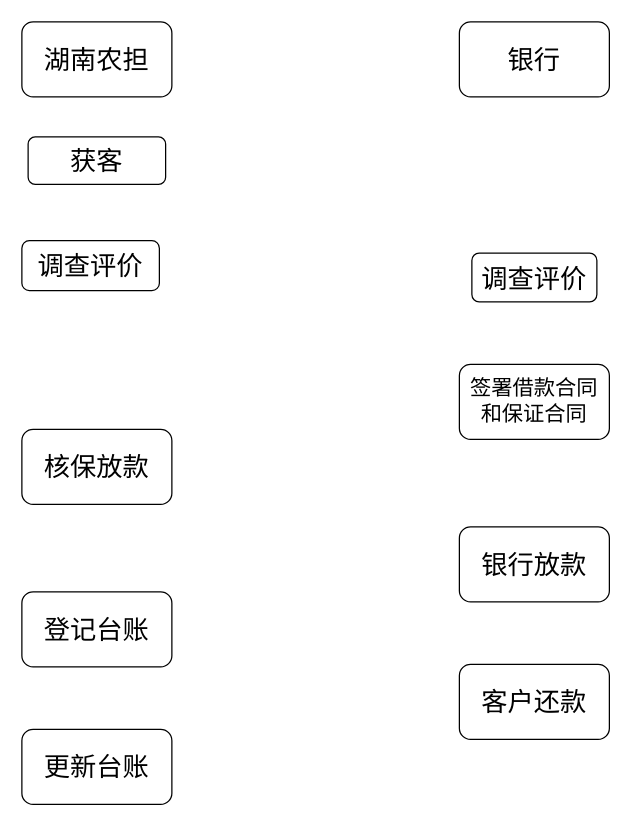
nhbcyz/Test keeps this draw.io diagram as 农担传统业务.drawio. Above is the earlier version. Source tidied: cells renumbered, new cells numbered last; positions are measured from the earlier drawing's top-left corner, leaving out a move shared by most shapes. Both pictures are drawn from the tidied source at 125%, with x=0, y=0 at pixel (21, 21).
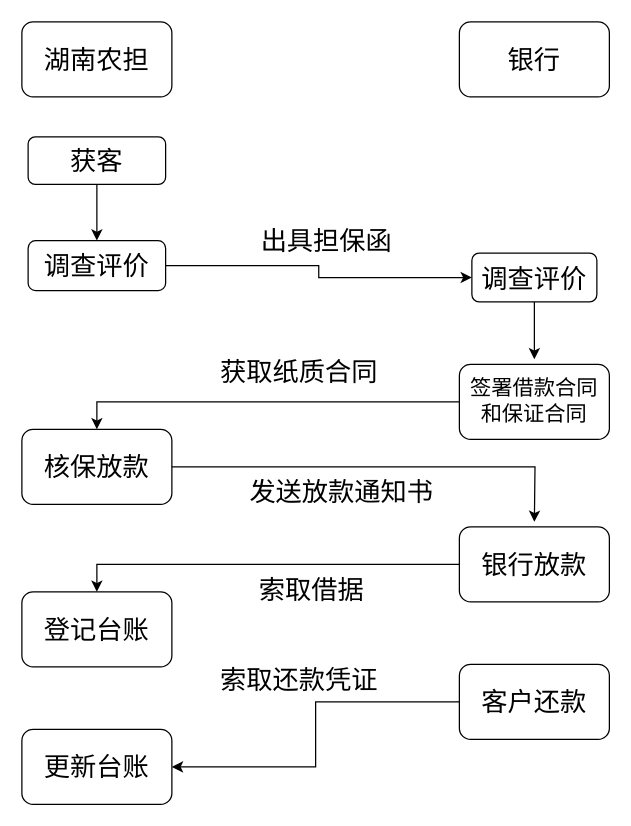
The same diagram, later.

Commit message (it also covers changes not shown here):
Update 农担传统业务.drawio

The change refers to these unchanged cells:
```xml
<mxCell id="4" value="获客" style="rounded=1;whiteSpace=wrap;html=1;fontSize=21;" parent="1" vertex="1">
  <mxGeometry x="5" y="92" width="110" height="38" as="geometry" />
</mxCell>
<mxCell id="6" value="调查评价" style="rounded=1;whiteSpace=wrap;html=1;fontSize=21;" parent="1" vertex="1">
  <mxGeometry x="360" y="185" width="100" height="39" as="geometry" />
</mxCell>
<mxCell id="7" value="签署借款合同&lt;br style=&quot;font-size: 17px;&quot;&gt;和保证合同" style="rounded=1;whiteSpace=wrap;html=1;fontSize=17;" parent="1" vertex="1">
  <mxGeometry x="350" y="274" width="120" height="60" as="geometry" />
</mxCell>
<mxCell id="8" value="核保放款" style="rounded=1;whiteSpace=wrap;html=1;fontSize=21;" parent="1" vertex="1">
  <mxGeometry y="326" width="120" height="60" as="geometry" />
</mxCell>
<mxCell id="9" value="银行放款" style="rounded=1;whiteSpace=wrap;html=1;fontSize=21;" parent="1" vertex="1">
  <mxGeometry x="350" y="404" width="120" height="60" as="geometry" />
</mxCell>
<mxCell id="10" value="登记台账" style="rounded=1;whiteSpace=wrap;html=1;fontSize=21;" parent="1" vertex="1">
  <mxGeometry y="456" width="120" height="60" as="geometry" />
</mxCell>
<mxCell id="11" value="客户还款" style="rounded=1;whiteSpace=wrap;html=1;fontSize=21;" parent="1" vertex="1">
  <mxGeometry x="350" y="514" width="120" height="60" as="geometry" />
</mxCell>
<mxCell id="12" value="更新台账" style="rounded=1;whiteSpace=wrap;html=1;fontSize=21;" parent="1" vertex="1">
  <mxGeometry y="566" width="120" height="60" as="geometry" />
</mxCell>
```

The edit, as a diff of the source:
```diff
@@
+    <mxCell id="13" style="edgeStyle=orthogonalEdgeStyle;rounded=0;jettySize=auto;html=1;fontSize=21;" parent="1" edge="1" source="4" target="5">
+      <mxGeometry relative="1" as="geometry" />
+    </mxCell>
@@
+    <mxCell id="14" style="edgeStyle=orthogonalEdgeStyle;rounded=0;jettySize=auto;html=1;entryX=0;entryY=0.5;entryDx=0;entryDy=0;fontSize=21;" parent="1" edge="1" source="5" target="6">
+      <mxGeometry relative="1" as="geometry" />
+    </mxCell>
     <mxCell id="5" value="调查评价" style="rounded=1;whiteSpace=wrap;html=1;fontSize=21;" parent="1" vertex="1">
-      <mxGeometry y="175" width="110" height="40" as="geometry" />
+      <mxGeometry x="5" y="175" width="110" height="40" as="geometry" />
     </mxCell>
+    <mxCell id="15" style="edgeStyle=orthogonalEdgeStyle;rounded=0;jettySize=auto;html=1;fontSize=21;" parent="1" edge="1" source="6">
+      <mxGeometry relative="1" as="geometry">
+        <mxPoint x="410" y="270" as="targetPoint" />
+      </mxGeometry>
+    </mxCell>
@@
+    <mxCell id="16" style="edgeStyle=orthogonalEdgeStyle;rounded=0;jettySize=auto;html=1;entryX=0.5;entryY=0;entryDx=0;entryDy=0;fontSize=21;" parent="1" edge="1" source="7" target="8">
+      <mxGeometry relative="1" as="geometry" />
+    </mxCell>
@@
+    <mxCell id="17" style="edgeStyle=orthogonalEdgeStyle;rounded=0;jettySize=auto;html=1;fontSize=21;" parent="1" edge="1" source="8">
+      <mxGeometry relative="1" as="geometry">
+        <mxPoint x="410" y="400" as="targetPoint" />
+      </mxGeometry>
+    </mxCell>
@@
+    <mxCell id="18" style="edgeStyle=orthogonalEdgeStyle;rounded=0;jettySize=auto;html=1;entryX=0.5;entryY=0;entryDx=0;entryDy=0;fontSize=21;" parent="1" edge="1" source="9" target="10">
+      <mxGeometry relative="1" as="geometry" />
+    </mxCell>
@@
+    <mxCell id="19" style="edgeStyle=orthogonalEdgeStyle;rounded=0;jettySize=auto;html=1;entryX=1;entryY=0.5;entryDx=0;entryDy=0;fontSize=21;" parent="1" edge="1" source="11" target="12">
+      <mxGeometry relative="1" as="geometry" />
+    </mxCell>
@@
+    <mxCell id="20" value="出具担保函" style="text;html=1;strokeColor=none;fillColor=none;align=center;verticalAlign=middle;whiteSpace=wrap;rounded=0;fontSize=21;" parent="1" vertex="1">
+      <mxGeometry x="154" y="165" width="180" height="20" as="geometry" />
+    </mxCell>
+    <mxCell id="21" value="获取纸质合同" style="text;html=1;strokeColor=none;fillColor=none;align=center;verticalAlign=middle;whiteSpace=wrap;rounded=0;fontSize=21;" parent="1" vertex="1">
+      <mxGeometry x="154" y="270" width="136" height="20" as="geometry" />
+    </mxCell>
+    <mxCell id="22" value="发送放款通知书" style="text;html=1;strokeColor=none;fillColor=none;align=center;verticalAlign=middle;whiteSpace=wrap;rounded=0;fontSize=21;" parent="1" vertex="1">
+      <mxGeometry x="178" y="366" width="156" height="20" as="geometry" />
+    </mxCell>
+    <mxCell id="23" value="索取借据" style="text;html=1;strokeColor=none;fillColor=none;align=center;verticalAlign=middle;whiteSpace=wrap;rounded=0;fontSize=21;" parent="1" vertex="1">
+      <mxGeometry x="154" y="444" width="156" height="20" as="geometry" />
+    </mxCell>
+    <mxCell id="24" value="索取还款凭证" style="text;html=1;strokeColor=none;fillColor=none;align=center;verticalAlign=middle;whiteSpace=wrap;rounded=0;fontSize=21;" parent="1" vertex="1">
+      <mxGeometry x="144" y="516" width="156" height="20" as="geometry" />
+    </mxCell>
```
